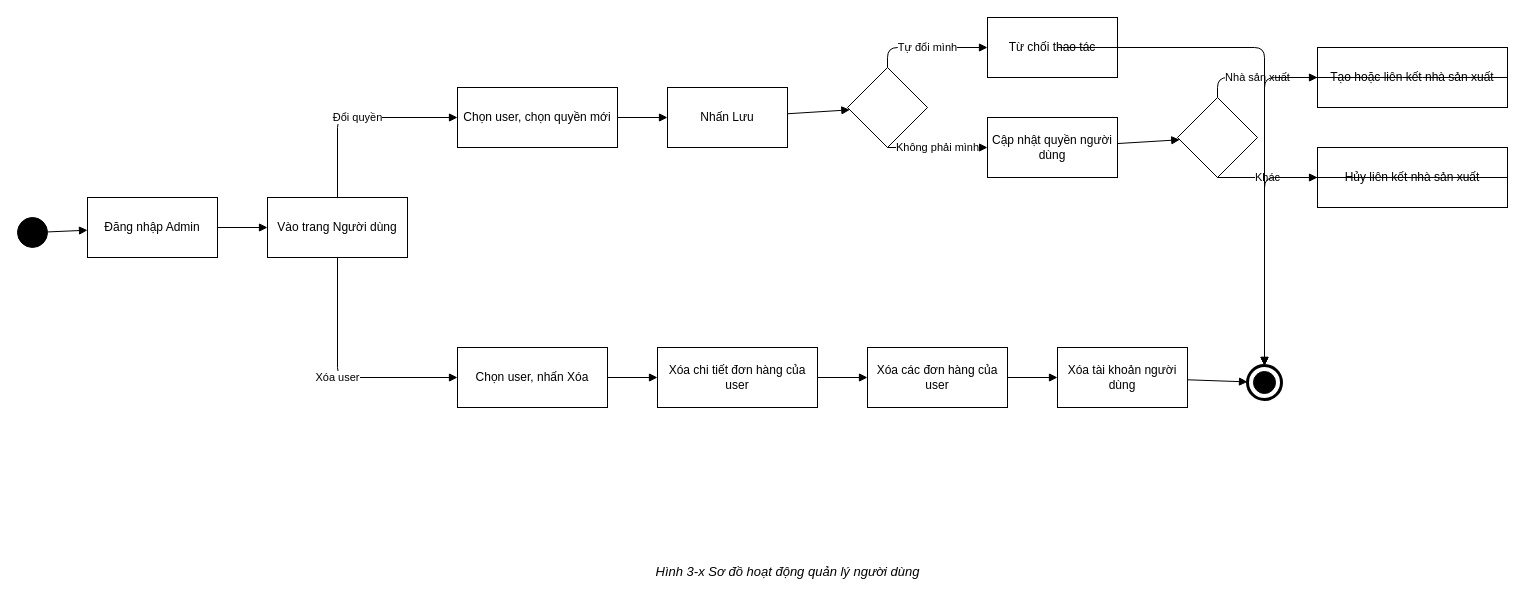
Above: app/Http/doc/activity/11-nguoi-dung.drawio in thien258/luanvantotnghiep (draw.io), before the change. Source tidied: cells renumbered, new cells numbered last; positions are measured from the earlier drawing's top-left corner, leaving out a move shared by most shapes. Both pictures are drawn from the tidied source at 100%, with x=0, y=0 at pixel (17, 17).
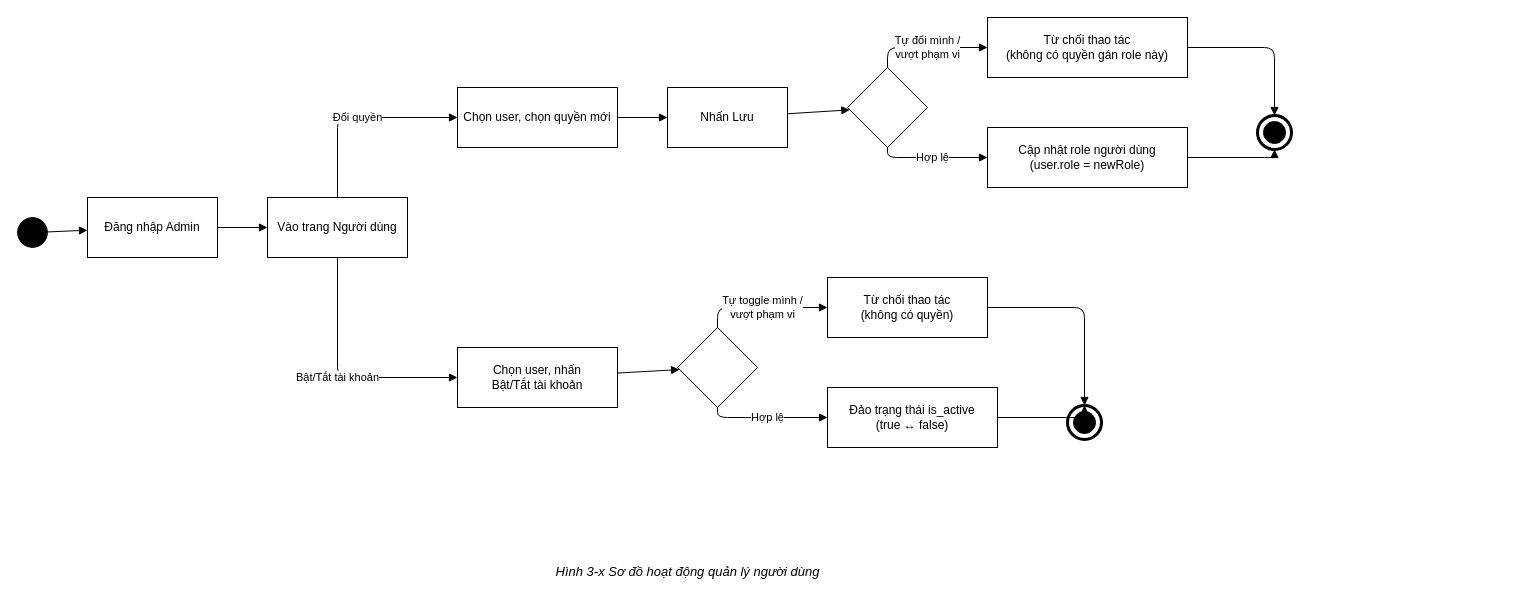
The same diagram, later.

The change refers to these unchanged cells:
```xml
<mxCell id="4" value="Vào trang Người dùng" style="rounded=0;whiteSpace=wrap;html=1;" parent="1" vertex="1">
  <mxGeometry x="250" y="180" width="140" height="60" as="geometry" />
</mxCell>
<mxCell id="7" style="rhombus;whiteSpace=wrap;html=1;fillColor=#FFFFFF;" parent="1" vertex="1">
  <mxGeometry x="830" y="50" width="80" height="80" as="geometry" />
</mxCell>
```

Change to the diagram source:
```diff
@@
-    <mxCell id="8" value="Từ chối thao tác" style="rounded=0;whiteSpace=wrap;html=1;" parent="1" vertex="1">
-      <mxGeometry x="970" width="130" height="60" as="geometry" />
+    <mxCell id="8" value="Từ chối thao tác&#10;(không có quyền gán role này)" style="rounded=0;whiteSpace=wrap;html=1;" parent="1" vertex="1">
+      <mxGeometry x="970" width="200" height="60" as="geometry" />
     </mxCell>
-    <mxCell id="9" value="Cập nhật quyền người dùng" style="rounded=0;whiteSpace=wrap;html=1;" parent="1" vertex="1">
-      <mxGeometry x="970" y="100" width="130" height="60" as="geometry" />
+    <mxCell id="9" value="Cập nhật role người dùng&#10;(user.role = newRole)" style="rounded=0;whiteSpace=wrap;html=1;" parent="1" vertex="1">
+      <mxGeometry x="970" y="110" width="200" height="60" as="geometry" />
     </mxCell>
+    <mxCell id="13" value="Chọn user, nhấn&#10;Bật/Tắt tài khoản" style="rounded=0;whiteSpace=wrap;html=1;" parent="1" vertex="1">
+      <mxGeometry x="440" y="330" width="160" height="60" as="geometry" />
+    </mxCell>
     <mxCell id="10" style="rhombus;whiteSpace=wrap;html=1;fillColor=#FFFFFF;" parent="1" vertex="1">
-      <mxGeometry x="1160" y="80" width="80" height="80" as="geometry" />
+      <mxGeometry x="660" y="310" width="80" height="80" as="geometry" />
     </mxCell>
-    <mxCell id="11" value="Tạo hoặc liên kết nhà sản xuất" style="rounded=0;whiteSpace=wrap;html=1;" parent="1" vertex="1">
-      <mxGeometry x="1300" y="30" width="190" height="60" as="geometry" />
-    </mxCell>
-    <mxCell id="12" value="Hủy liên kết nhà sản xuất" style="rounded=0;whiteSpace=wrap;html=1;" parent="1" vertex="1">
-      <mxGeometry x="1300" y="130" width="190" height="60" as="geometry" />
-    </mxCell>
-    <mxCell id="13" value="Chọn user, nhấn Xóa" style="rounded=0;whiteSpace=wrap;html=1;" parent="1" vertex="1">
-      <mxGeometry x="440" y="330" width="150" height="60" as="geometry" />
-    </mxCell>
-    <mxCell id="14" value="Xóa chi tiết đơn hàng của user" style="rounded=0;whiteSpace=wrap;html=1;" parent="1" vertex="1">
-      <mxGeometry x="640" y="330" width="160" height="60" as="geometry" />
+    <mxCell id="14" value="Từ chối thao tác&#10;(không có quyền)" style="rounded=0;whiteSpace=wrap;html=1;" parent="1" vertex="1">
+      <mxGeometry x="810" y="260" width="160" height="60" as="geometry" />
     </mxCell>
-    <mxCell id="15" value="Xóa các đơn hàng của user" style="rounded=0;whiteSpace=wrap;html=1;" parent="1" vertex="1">
-      <mxGeometry x="850" y="330" width="140" height="60" as="geometry" />
+    <mxCell id="15" value="Đảo trạng thái is_active&#10;(true ↔ false)" style="rounded=0;whiteSpace=wrap;html=1;" parent="1" vertex="1">
+      <mxGeometry x="810" y="370" width="170" height="60" as="geometry" />
     </mxCell>
-    <mxCell id="16" value="Xóa tài khoản người dùng" style="rounded=0;whiteSpace=wrap;html=1;" parent="1" vertex="1">
-      <mxGeometry x="1040" y="330" width="130" height="60" as="geometry" />
-    </mxCell>
     <mxCell id="17" style="ellipse;fillColor=#FFFFFF;strokeColor=#000000;strokeWidth=3;" parent="1" vertex="1">
-      <mxGeometry x="1230" y="348" width="34" height="34" as="geometry" />
+      <mxGeometry x="1240" y="98" width="34" height="34" as="geometry" />
     </mxCell>
     <mxCell id="18" style="ellipse;fillColor=#000000;strokeColor=#000000;" parent="1" vertex="1">
-      <mxGeometry x="1236" y="354" width="22" height="22" as="geometry" />
+      <mxGeometry x="1246" y="104" width="22" height="22" as="geometry" />
     </mxCell>
+    <mxCell id="38" style="ellipse;fillColor=#FFFFFF;strokeColor=#000000;strokeWidth=3;" parent="1" vertex="1">
+      <mxGeometry x="1050" y="388" width="34" height="34" as="geometry" />
+    </mxCell>
+    <mxCell id="39" style="ellipse;fillColor=#000000;strokeColor=#000000;" parent="1" vertex="1">
+      <mxGeometry x="1056" y="394" width="22" height="22" as="geometry" />
+    </mxCell>
@@
-    <mxCell id="24" value="Tự đổi mình" style="endArrow=block;endFill=1;html=1;" parent="1" edge="1" source="7" target="8">
+    <mxCell id="24" value="Tự đổi mình /&#10;vượt phạm vi" style="endArrow=block;endFill=1;html=1;" parent="1" edge="1" source="7" target="8">
       <mxGeometry relative="1" as="geometry">
         <Array as="points">
           <mxPoint x="870" y="30" />
         </Array>
       </mxGeometry>
     </mxCell>
-    <mxCell id="25" value="Không phải mình" style="endArrow=block;endFill=1;html=1;" parent="1" edge="1" source="7" target="9">
+    <mxCell id="25" value="Hợp lệ" style="endArrow=block;endFill=1;html=1;" parent="1" edge="1" source="7" target="9">
       <mxGeometry relative="1" as="geometry">
         <Array as="points">
-          <mxPoint x="870" y="130" />
+          <mxPoint x="870" y="140" />
         </Array>
       </mxGeometry>
     </mxCell>
-    <mxCell id="26" style="endArrow=block;endFill=1;html=1;" parent="1" edge="1" source="9" target="10">
-      <mxGeometry relative="1" as="geometry" />
-    </mxCell>
-    <mxCell id="27" value="Nhà sản xuất" style="endArrow=block;endFill=1;html=1;" parent="1" edge="1" source="10" target="11">
-      <mxGeometry relative="1" as="geometry">
-        <Array as="points">
-          <mxPoint x="1200" y="60" />
-        </Array>
-      </mxGeometry>
-    </mxCell>
-    <mxCell id="28" value="Khác" style="endArrow=block;endFill=1;html=1;" parent="1" edge="1" source="10" target="12">
-      <mxGeometry relative="1" as="geometry">
-        <Array as="points">
-          <mxPoint x="1200" y="160" />
-        </Array>
-      </mxGeometry>
-    </mxCell>
+    <mxCell id="34" style="endArrow=block;endFill=1;html=1;" parent="1" edge="1" source="8" target="17">
+      <mxGeometry relative="1" as="geometry">
+        <Array as="points">
+          <mxPoint x="1170" y="30" />
+          <mxPoint x="1257" y="30" />
+        </Array>
+      </mxGeometry>
+    </mxCell>
+    <mxCell id="40" style="endArrow=block;endFill=1;html=1;" parent="1" edge="1" source="9" target="17">
+      <mxGeometry relative="1" as="geometry">
+        <Array as="points">
+          <mxPoint x="1170" y="140" />
+          <mxPoint x="1257" y="140" />
+        </Array>
+      </mxGeometry>
+    </mxCell>
-    <mxCell id="29" value="Xóa user" style="endArrow=block;endFill=1;html=1;" parent="1" edge="1" source="4" target="13">
+    <mxCell id="29" value="Bật/Tắt tài khoản" style="endArrow=block;endFill=1;html=1;" parent="1" edge="1" source="4" target="13">
       <mxGeometry relative="1" as="geometry">
         <Array as="points">
           <mxPoint x="320" y="360" />
         </Array>
       </mxGeometry>
     </mxCell>
-    <mxCell id="30" style="endArrow=block;endFill=1;html=1;" parent="1" edge="1" source="13" target="14">
+    <mxCell id="30" style="endArrow=block;endFill=1;html=1;" parent="1" edge="1" source="13" target="10">
       <mxGeometry relative="1" as="geometry" />
     </mxCell>
-    <mxCell id="31" style="endArrow=block;endFill=1;html=1;" parent="1" edge="1" source="14" target="15">
-      <mxGeometry relative="1" as="geometry" />
+    <mxCell id="31" value="Tự toggle mình /&#10;vượt phạm vi" style="endArrow=block;endFill=1;html=1;" parent="1" edge="1" source="10" target="14">
+      <mxGeometry relative="1" as="geometry">
+        <Array as="points">
+          <mxPoint x="700" y="290" />
+        </Array>
+      </mxGeometry>
     </mxCell>
-    <mxCell id="32" style="endArrow=block;endFill=1;html=1;" parent="1" edge="1" source="15" target="16">
-      <mxGeometry relative="1" as="geometry" />
+    <mxCell id="32" value="Hợp lệ" style="endArrow=block;endFill=1;html=1;" parent="1" edge="1" source="10" target="15">
+      <mxGeometry relative="1" as="geometry">
+        <Array as="points">
+          <mxPoint x="700" y="400" />
+        </Array>
+      </mxGeometry>
     </mxCell>
-    <mxCell id="33" style="endArrow=block;endFill=1;html=1;" parent="1" edge="1" source="16" target="17">
-      <mxGeometry relative="1" as="geometry" />
-    </mxCell>
-    <mxCell id="34" style="endArrow=block;endFill=1;html=1;" parent="1" edge="1" source="8" target="17">
-      <mxGeometry relative="1" as="geometry">
-        <Array as="points">
-          <mxPoint x="1035" y="30" />
-          <mxPoint x="1247" y="30" />
-        </Array>
-      </mxGeometry>
-    </mxCell>
-    <mxCell id="35" style="endArrow=block;endFill=1;html=1;" parent="1" edge="1" source="11" target="17">
-      <mxGeometry relative="1" as="geometry">
-        <Array as="points">
-          <mxPoint x="1395" y="60" />
-          <mxPoint x="1247" y="60" />
-        </Array>
-      </mxGeometry>
-    </mxCell>
-    <mxCell id="36" style="endArrow=block;endFill=1;html=1;" parent="1" edge="1" source="12" target="17">
-      <mxGeometry relative="1" as="geometry">
-        <Array as="points">
-          <mxPoint x="1395" y="160" />
-          <mxPoint x="1247" y="160" />
-        </Array>
-      </mxGeometry>
-    </mxCell>
+    <mxCell id="41" style="endArrow=block;endFill=1;html=1;" parent="1" edge="1" source="14" target="38">
+      <mxGeometry relative="1" as="geometry">
+        <Array as="points">
+          <mxPoint x="970" y="290" />
+          <mxPoint x="1067" y="290" />
+        </Array>
+      </mxGeometry>
+    </mxCell>
+    <mxCell id="42" style="endArrow=block;endFill=1;html=1;" parent="1" edge="1" source="15" target="38">
+      <mxGeometry relative="1" as="geometry">
+        <Array as="points">
+          <mxPoint x="980" y="400" />
+          <mxPoint x="1067" y="400" />
+        </Array>
+      </mxGeometry>
+    </mxCell>
     <mxCell id="37" value="Hình 3-x Sơ đồ hoạt động quản lý người dùng" style="text;html=1;strokeColor=none;fillColor=none;align=center;fontSize=13;fontStyle=2;" parent="1" vertex="1">
-      <mxGeometry x="470" y="540" width="600" height="30" as="geometry" />
+      <mxGeometry x="370" y="540" width="600" height="30" as="geometry" />
     </mxCell>
```
